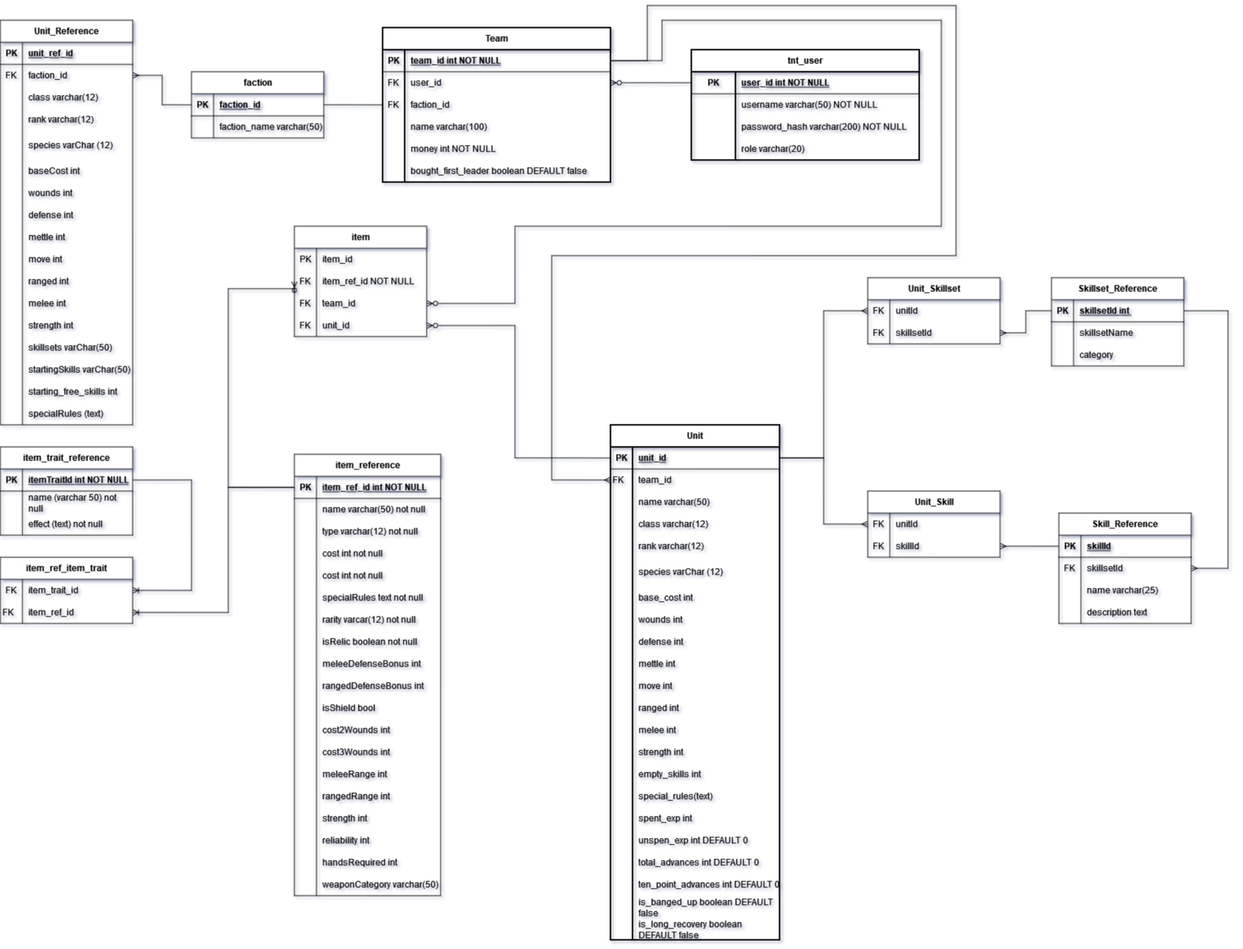
kmeadows3/TnT-Team-Builder keeps this draw.io diagram as Database/databaseERD.png. Above is the earlier version. Source tidied: cells renumbered, new cells last; positions are measured from the earlier drawing's top-left corner, leaving out a move shared by most shapes.
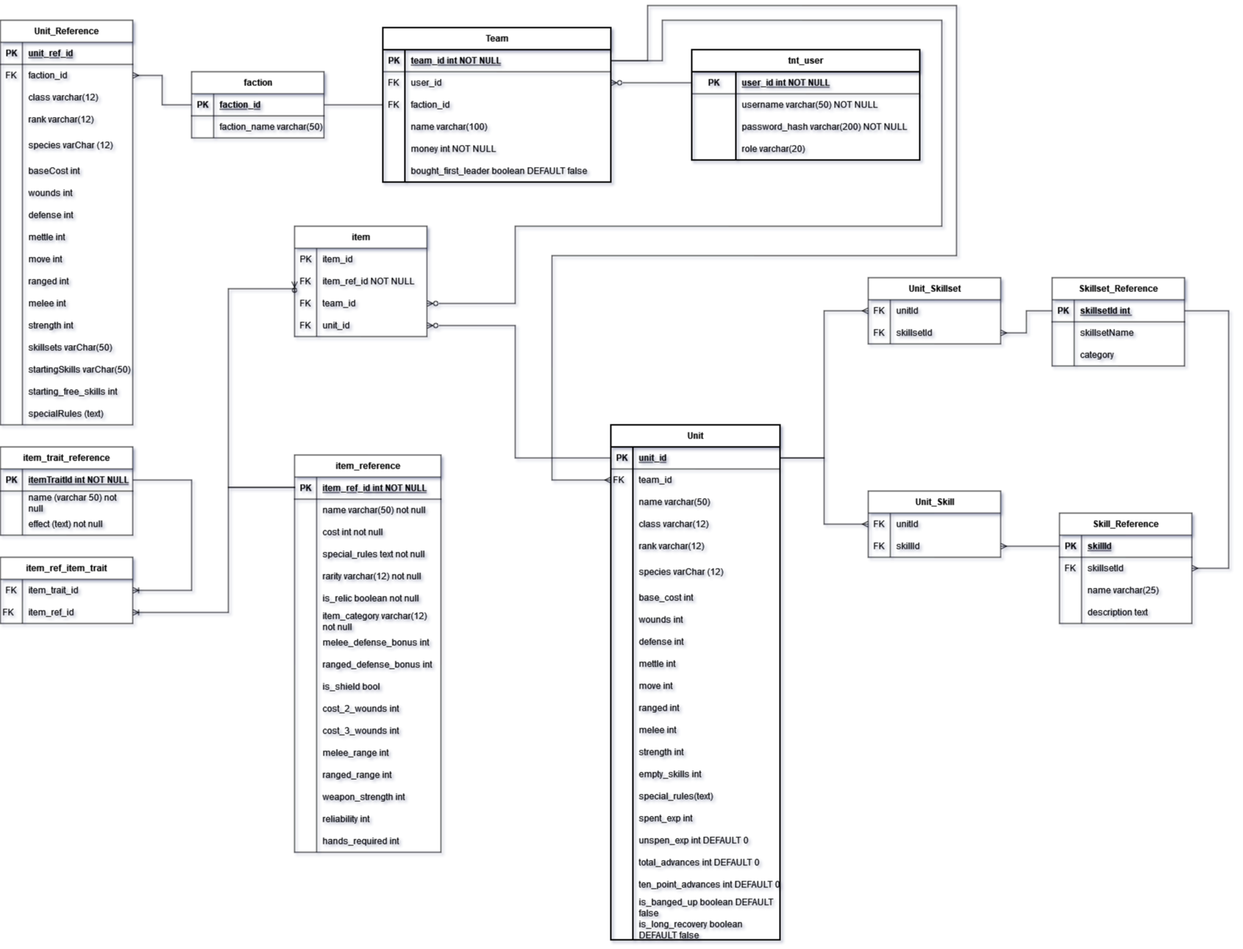
The same diagram one commit later.

Change to the diagram source:
```diff
@@ -99,7 +99,7 @@
       <mxGeometry x="30" width="280" height="30" as="geometry" />
     </mxCell>
     <mxCell id="34" value="item_reference" style="shape=table;startSize=30;rowLines=0;fontStyle=1;align=center;html=1;" parent="1" vertex="1">
-      <mxGeometry x="400" y="610" width="199" height="600" as="geometry" />
+      <mxGeometry x="400" y="611" width="199" height="540" as="geometry" />
     </mxCell>
     <mxCell id="35" style="shape=tableRow;horizontal=0;startSize=0;swimlaneHead=0;swimlaneBody=0;fillColor=none;points=[[0,0.5],[1,0.5]];portConstraint=eastwest;top=0;left=0;right=0;bottom=1;" parent="34" vertex="1">
       <mxGeometry y="30" width="199" height="30" as="geometry" />
@@ -119,17 +119,8 @@
     <mxCell id="40" value="name varchar(50) not null" style="shape=partialRectangle;fillColor=none;top=0;left=0;bottom=0;right=0;align=left;spacingLeft=6;overflow=hidden;whiteSpace=wrap;html=1;" parent="38" vertex="1">
       <mxGeometry x="30" width="169" height="30" as="geometry" />
     </mxCell>
-    <mxCell id="41" style="shape=tableRow;horizontal=0;startSize=0;swimlaneHead=0;swimlaneBody=0;fillColor=none;top=0;left=0;right=0;bottom=0;" parent="34" vertex="1">
-      <mxGeometry y="90" width="199" height="30" as="geometry" />
-    </mxCell>
-    <mxCell id="42" style="shape=partialRectangle;fillColor=none;top=0;left=0;bottom=0;right=0;overflow=hidden;whiteSpace=wrap;html=1;" parent="41" vertex="1">
-      <mxGeometry width="30" height="30" as="geometry" />
-    </mxCell>
-    <mxCell id="43" value="type varchar(12) not null" style="shape=partialRectangle;fillColor=none;top=0;left=0;bottom=0;right=0;align=left;spacingLeft=6;overflow=hidden;whiteSpace=wrap;html=1;" parent="41" vertex="1">
-      <mxGeometry x="30" width="169" height="30" as="geometry" />
-    </mxCell>
     <mxCell id="44" style="shape=tableRow;horizontal=0;startSize=0;swimlaneHead=0;swimlaneBody=0;fillColor=none;top=0;left=0;right=0;bottom=0;" parent="34" vertex="1">
-      <mxGeometry y="120" width="199" height="30" as="geometry" />
+      <mxGeometry y="90" width="199" height="30" as="geometry" />
     </mxCell>
     <mxCell id="45" style="shape=partialRectangle;fillColor=none;top=0;left=0;bottom=0;right=0;overflow=hidden;whiteSpace=wrap;html=1;" parent="44" vertex="1">
       <mxGeometry width="30" height="30" as="geometry" />
@@ -137,116 +128,116 @@
     <mxCell id="46" value="cost int not null" style="shape=partialRectangle;fillColor=none;top=0;left=0;bottom=0;right=0;align=left;spacingLeft=6;overflow=hidden;whiteSpace=wrap;html=1;" parent="44" vertex="1">
       <mxGeometry x="30" width="169" height="30" as="geometry" />
     </mxCell>
-    <mxCell id="47" style="shape=tableRow;horizontal=0;startSize=0;swimlaneHead=0;swimlaneBody=0;fillColor=none;top=0;left=0;right=0;bottom=0;" parent="34" vertex="1">
-      <mxGeometry y="150" width="199" height="30" as="geometry" />
-    </mxCell>
-    <mxCell id="48" style="shape=partialRectangle;fillColor=none;top=0;left=0;bottom=0;right=0;overflow=hidden;whiteSpace=wrap;html=1;" parent="47" vertex="1">
-      <mxGeometry width="30" height="30" as="geometry" />
-    </mxCell>
-    <mxCell id="49" value="cost int not null" style="shape=partialRectangle;fillColor=none;top=0;left=0;bottom=0;right=0;align=left;spacingLeft=6;overflow=hidden;whiteSpace=wrap;html=1;" parent="47" vertex="1">
-      <mxGeometry x="30" width="169" height="30" as="geometry" />
-    </mxCell>
     <mxCell id="50" style="shape=tableRow;horizontal=0;startSize=0;swimlaneHead=0;swimlaneBody=0;fillColor=none;top=0;left=0;right=0;bottom=0;" parent="34" vertex="1">
-      <mxGeometry y="180" width="199" height="30" as="geometry" />
+      <mxGeometry y="120" width="199" height="30" as="geometry" />
     </mxCell>
     <mxCell id="51" style="shape=partialRectangle;fillColor=none;top=0;left=0;bottom=0;right=0;overflow=hidden;whiteSpace=wrap;html=1;" parent="50" vertex="1">
       <mxGeometry width="30" height="30" as="geometry" />
     </mxCell>
-    <mxCell id="52" value="specialRules text not null" style="shape=partialRectangle;fillColor=none;top=0;left=0;bottom=0;right=0;align=left;spacingLeft=6;overflow=hidden;whiteSpace=wrap;html=1;" parent="50" vertex="1">
+    <mxCell id="52" value="special_rules text not null" style="shape=partialRectangle;fillColor=none;top=0;left=0;bottom=0;right=0;align=left;spacingLeft=6;overflow=hidden;whiteSpace=wrap;html=1;" parent="50" vertex="1">
       <mxGeometry x="30" width="169" height="30" as="geometry" />
     </mxCell>
     <mxCell id="53" style="shape=tableRow;horizontal=0;startSize=0;swimlaneHead=0;swimlaneBody=0;fillColor=none;top=0;left=0;right=0;bottom=0;" parent="34" vertex="1">
-      <mxGeometry y="210" width="199" height="30" as="geometry" />
+      <mxGeometry y="150" width="199" height="30" as="geometry" />
     </mxCell>
     <mxCell id="54" style="shape=partialRectangle;fillColor=none;top=0;left=0;bottom=0;right=0;overflow=hidden;whiteSpace=wrap;html=1;" parent="53" vertex="1">
       <mxGeometry width="30" height="30" as="geometry" />
     </mxCell>
-    <mxCell id="55" value="rarity varcar(12) not null" style="shape=partialRectangle;fillColor=none;top=0;left=0;bottom=0;right=0;align=left;spacingLeft=6;overflow=hidden;whiteSpace=wrap;html=1;" parent="53" vertex="1">
+    <mxCell id="55" value="rarity varchar(12) not null" style="shape=partialRectangle;fillColor=none;top=0;left=0;bottom=0;right=0;align=left;spacingLeft=6;overflow=hidden;whiteSpace=wrap;html=1;" parent="53" vertex="1">
       <mxGeometry x="30" width="169" height="30" as="geometry" />
     </mxCell>
     <mxCell id="56" style="shape=tableRow;horizontal=0;startSize=0;swimlaneHead=0;swimlaneBody=0;fillColor=none;top=0;left=0;right=0;bottom=0;" parent="34" vertex="1">
-      <mxGeometry y="240" width="199" height="30" as="geometry" />
+      <mxGeometry y="180" width="199" height="30" as="geometry" />
     </mxCell>
     <mxCell id="57" style="shape=partialRectangle;fillColor=none;top=0;left=0;bottom=0;right=0;overflow=hidden;whiteSpace=wrap;html=1;" parent="56" vertex="1">
       <mxGeometry width="30" height="30" as="geometry" />
     </mxCell>
-    <mxCell id="58" value="isRelic boolean not null" style="shape=partialRectangle;fillColor=none;top=0;left=0;bottom=0;right=0;align=left;spacingLeft=6;overflow=hidden;whiteSpace=wrap;html=1;" parent="56" vertex="1">
+    <mxCell id="58" value="is_relic boolean not null" style="shape=partialRectangle;fillColor=none;top=0;left=0;bottom=0;right=0;align=left;spacingLeft=6;overflow=hidden;whiteSpace=wrap;html=1;" parent="56" vertex="1">
       <mxGeometry x="30" width="169" height="30" as="geometry" />
     </mxCell>
+    <mxCell id="41" style="shape=tableRow;horizontal=0;startSize=0;swimlaneHead=0;swimlaneBody=0;fillColor=none;top=0;left=0;right=0;bottom=0;" parent="34" vertex="1">
+      <mxGeometry y="210" width="199" height="30" as="geometry" />
+    </mxCell>
+    <mxCell id="42" style="shape=partialRectangle;fillColor=none;top=0;left=0;bottom=0;right=0;overflow=hidden;whiteSpace=wrap;html=1;" parent="41" vertex="1">
+      <mxGeometry width="30" height="30" as="geometry" />
+    </mxCell>
+    <mxCell id="43" value="item_category varchar(12) not null" style="shape=partialRectangle;fillColor=none;top=0;left=0;bottom=0;right=0;align=left;spacingLeft=6;overflow=hidden;whiteSpace=wrap;html=1;" parent="41" vertex="1">
+      <mxGeometry x="30" width="169" height="30" as="geometry" />
+    </mxCell>
     <mxCell id="59" style="shape=tableRow;horizontal=0;startSize=0;swimlaneHead=0;swimlaneBody=0;fillColor=none;top=0;left=0;right=0;bottom=0;" parent="34" vertex="1">
-      <mxGeometry y="270" width="199" height="30" as="geometry" />
+      <mxGeometry y="240" width="199" height="30" as="geometry" />
     </mxCell>
     <mxCell id="60" style="shape=partialRectangle;fillColor=none;top=0;left=0;bottom=0;right=0;overflow=hidden;whiteSpace=wrap;html=1;" parent="59" vertex="1">
       <mxGeometry width="30" height="30" as="geometry" />
     </mxCell>
-    <mxCell id="61" value="meleeDefenseBonus int" style="shape=partialRectangle;fillColor=none;top=0;left=0;bottom=0;right=0;align=left;spacingLeft=6;overflow=hidden;whiteSpace=wrap;html=1;" parent="59" vertex="1">
+    <mxCell id="61" value="melee_defense_bonus int" style="shape=partialRectangle;fillColor=none;top=0;left=0;bottom=0;right=0;align=left;spacingLeft=6;overflow=hidden;whiteSpace=wrap;html=1;" parent="59" vertex="1">
       <mxGeometry x="30" width="169" height="30" as="geometry" />
     </mxCell>
     <mxCell id="62" style="shape=tableRow;horizontal=0;startSize=0;swimlaneHead=0;swimlaneBody=0;fillColor=none;top=0;left=0;right=0;bottom=0;" parent="34" vertex="1">
-      <mxGeometry y="300" width="199" height="30" as="geometry" />
+      <mxGeometry y="270" width="199" height="30" as="geometry" />
     </mxCell>
     <mxCell id="63" style="shape=partialRectangle;fillColor=none;top=0;left=0;bottom=0;right=0;overflow=hidden;whiteSpace=wrap;html=1;" parent="62" vertex="1">
       <mxGeometry width="30" height="30" as="geometry" />
     </mxCell>
-    <mxCell id="64" value="rangedDefenseBonus int" style="shape=partialRectangle;fillColor=none;top=0;left=0;bottom=0;right=0;align=left;spacingLeft=6;overflow=hidden;whiteSpace=wrap;html=1;" parent="62" vertex="1">
+    <mxCell id="64" value="ranged_defense_bonus int" style="shape=partialRectangle;fillColor=none;top=0;left=0;bottom=0;right=0;align=left;spacingLeft=6;overflow=hidden;whiteSpace=wrap;html=1;" parent="62" vertex="1">
       <mxGeometry x="30" width="169" height="30" as="geometry" />
     </mxCell>
     <mxCell id="65" style="shape=tableRow;horizontal=0;startSize=0;swimlaneHead=0;swimlaneBody=0;fillColor=none;top=0;left=0;right=0;bottom=0;" parent="34" vertex="1">
-      <mxGeometry y="330" width="199" height="30" as="geometry" />
+      <mxGeometry y="300" width="199" height="30" as="geometry" />
     </mxCell>
     <mxCell id="66" style="shape=partialRectangle;fillColor=none;top=0;left=0;bottom=0;right=0;overflow=hidden;whiteSpace=wrap;html=1;" parent="65" vertex="1">
       <mxGeometry width="30" height="30" as="geometry" />
     </mxCell>
-    <mxCell id="67" value="isShield bool" style="shape=partialRectangle;fillColor=none;top=0;left=0;bottom=0;right=0;align=left;spacingLeft=6;overflow=hidden;whiteSpace=wrap;html=1;" parent="65" vertex="1">
+    <mxCell id="67" value="is_shield bool" style="shape=partialRectangle;fillColor=none;top=0;left=0;bottom=0;right=0;align=left;spacingLeft=6;overflow=hidden;whiteSpace=wrap;html=1;" parent="65" vertex="1">
       <mxGeometry x="30" width="169" height="30" as="geometry" />
     </mxCell>
     <mxCell id="68" style="shape=tableRow;horizontal=0;startSize=0;swimlaneHead=0;swimlaneBody=0;fillColor=none;top=0;left=0;right=0;bottom=0;" parent="34" vertex="1">
-      <mxGeometry y="360" width="199" height="30" as="geometry" />
+      <mxGeometry y="330" width="199" height="30" as="geometry" />
     </mxCell>
     <mxCell id="69" style="shape=partialRectangle;fillColor=none;top=0;left=0;bottom=0;right=0;overflow=hidden;whiteSpace=wrap;html=1;" parent="68" vertex="1">
       <mxGeometry width="30" height="30" as="geometry" />
     </mxCell>
-    <mxCell id="70" value="cost2Wounds int" style="shape=partialRectangle;fillColor=none;top=0;left=0;bottom=0;right=0;align=left;spacingLeft=6;overflow=hidden;whiteSpace=wrap;html=1;" parent="68" vertex="1">
+    <mxCell id="70" value="cost_2_wounds int" style="shape=partialRectangle;fillColor=none;top=0;left=0;bottom=0;right=0;align=left;spacingLeft=6;overflow=hidden;whiteSpace=wrap;html=1;" parent="68" vertex="1">
       <mxGeometry x="30" width="169" height="30" as="geometry" />
     </mxCell>
     <mxCell id="71" style="shape=tableRow;horizontal=0;startSize=0;swimlaneHead=0;swimlaneBody=0;fillColor=none;top=0;left=0;right=0;bottom=0;" parent="34" vertex="1">
-      <mxGeometry y="390" width="199" height="30" as="geometry" />
+      <mxGeometry y="360" width="199" height="30" as="geometry" />
     </mxCell>
     <mxCell id="72" style="shape=partialRectangle;fillColor=none;top=0;left=0;bottom=0;right=0;overflow=hidden;whiteSpace=wrap;html=1;" parent="71" vertex="1">
       <mxGeometry width="30" height="30" as="geometry" />
     </mxCell>
-    <mxCell id="73" value="cost3Wounds int" style="shape=partialRectangle;fillColor=none;top=0;left=0;bottom=0;right=0;align=left;spacingLeft=6;overflow=hidden;whiteSpace=wrap;html=1;" parent="71" vertex="1">
+    <mxCell id="73" value="cost_3_wounds int" style="shape=partialRectangle;fillColor=none;top=0;left=0;bottom=0;right=0;align=left;spacingLeft=6;overflow=hidden;whiteSpace=wrap;html=1;" parent="71" vertex="1">
       <mxGeometry x="30" width="169" height="30" as="geometry" />
     </mxCell>
     <mxCell id="74" style="shape=tableRow;horizontal=0;startSize=0;swimlaneHead=0;swimlaneBody=0;fillColor=none;top=0;left=0;right=0;bottom=0;" parent="34" vertex="1">
-      <mxGeometry y="420" width="199" height="30" as="geometry" />
+      <mxGeometry y="390" width="199" height="30" as="geometry" />
     </mxCell>
     <mxCell id="75" style="shape=partialRectangle;fillColor=none;top=0;left=0;bottom=0;right=0;overflow=hidden;whiteSpace=wrap;html=1;" parent="74" vertex="1">
       <mxGeometry width="30" height="30" as="geometry" />
     </mxCell>
-    <mxCell id="76" value="meleeRange int" style="shape=partialRectangle;fillColor=none;top=0;left=0;bottom=0;right=0;align=left;spacingLeft=6;overflow=hidden;whiteSpace=wrap;html=1;" parent="74" vertex="1">
+    <mxCell id="76" value="melee_range int" style="shape=partialRectangle;fillColor=none;top=0;left=0;bottom=0;right=0;align=left;spacingLeft=6;overflow=hidden;whiteSpace=wrap;html=1;" parent="74" vertex="1">
       <mxGeometry x="30" width="169" height="30" as="geometry" />
     </mxCell>
     <mxCell id="77" style="shape=tableRow;horizontal=0;startSize=0;swimlaneHead=0;swimlaneBody=0;fillColor=none;top=0;left=0;right=0;bottom=0;" parent="34" vertex="1">
-      <mxGeometry y="450" width="199" height="30" as="geometry" />
+      <mxGeometry y="420" width="199" height="30" as="geometry" />
     </mxCell>
     <mxCell id="78" style="shape=partialRectangle;fillColor=none;top=0;left=0;bottom=0;right=0;overflow=hidden;whiteSpace=wrap;html=1;" parent="77" vertex="1">
       <mxGeometry width="30" height="30" as="geometry" />
     </mxCell>
-    <mxCell id="79" value="rangedRange int" style="shape=partialRectangle;fillColor=none;top=0;left=0;bottom=0;right=0;align=left;spacingLeft=6;overflow=hidden;whiteSpace=wrap;html=1;" parent="77" vertex="1">
+    <mxCell id="79" value="ranged_range int" style="shape=partialRectangle;fillColor=none;top=0;left=0;bottom=0;right=0;align=left;spacingLeft=6;overflow=hidden;whiteSpace=wrap;html=1;" parent="77" vertex="1">
       <mxGeometry x="30" width="169" height="30" as="geometry" />
     </mxCell>
     <mxCell id="80" style="shape=tableRow;horizontal=0;startSize=0;swimlaneHead=0;swimlaneBody=0;fillColor=none;top=0;left=0;right=0;bottom=0;" parent="34" vertex="1">
-      <mxGeometry y="480" width="199" height="30" as="geometry" />
+      <mxGeometry y="450" width="199" height="30" as="geometry" />
     </mxCell>
     <mxCell id="81" style="shape=partialRectangle;fillColor=none;top=0;left=0;bottom=0;right=0;overflow=hidden;whiteSpace=wrap;html=1;" parent="80" vertex="1">
       <mxGeometry width="30" height="30" as="geometry" />
     </mxCell>
-    <mxCell id="82" value="strength int" style="shape=partialRectangle;fillColor=none;top=0;left=0;bottom=0;right=0;align=left;spacingLeft=6;overflow=hidden;whiteSpace=wrap;html=1;" parent="80" vertex="1">
+    <mxCell id="82" value="weapon_strength int" style="shape=partialRectangle;fillColor=none;top=0;left=0;bottom=0;right=0;align=left;spacingLeft=6;overflow=hidden;whiteSpace=wrap;html=1;" parent="80" vertex="1">
       <mxGeometry x="30" width="169" height="30" as="geometry" />
     </mxCell>
     <mxCell id="83" style="shape=tableRow;horizontal=0;startSize=0;swimlaneHead=0;swimlaneBody=0;fillColor=none;top=0;left=0;right=0;bottom=0;" parent="34" vertex="1">
-      <mxGeometry y="510" width="199" height="30" as="geometry" />
+      <mxGeometry y="480" width="199" height="30" as="geometry" />
     </mxCell>
     <mxCell id="84" style="shape=partialRectangle;fillColor=none;top=0;left=0;bottom=0;right=0;overflow=hidden;whiteSpace=wrap;html=1;" parent="83" vertex="1">
       <mxGeometry width="30" height="30" as="geometry" />
@@ -255,23 +246,14 @@
       <mxGeometry x="30" width="169" height="30" as="geometry" />
     </mxCell>
     <mxCell id="86" style="shape=tableRow;horizontal=0;startSize=0;swimlaneHead=0;swimlaneBody=0;fillColor=none;top=0;left=0;right=0;bottom=0;" parent="34" vertex="1">
-      <mxGeometry y="540" width="199" height="30" as="geometry" />
+      <mxGeometry y="510" width="199" height="30" as="geometry" />
     </mxCell>
     <mxCell id="87" style="shape=partialRectangle;fillColor=none;top=0;left=0;bottom=0;right=0;overflow=hidden;whiteSpace=wrap;html=1;" parent="86" vertex="1">
       <mxGeometry width="30" height="30" as="geometry" />
     </mxCell>
-    <mxCell id="88" value="handsRequired int" style="shape=partialRectangle;fillColor=none;top=0;left=0;bottom=0;right=0;align=left;spacingLeft=6;overflow=hidden;whiteSpace=wrap;html=1;" parent="86" vertex="1">
+    <mxCell id="88" value="hands_required int" style="shape=partialRectangle;fillColor=none;top=0;left=0;bottom=0;right=0;align=left;spacingLeft=6;overflow=hidden;whiteSpace=wrap;html=1;" parent="86" vertex="1">
       <mxGeometry x="30" width="169" height="30" as="geometry" />
     </mxCell>
-    <mxCell id="89" style="shape=tableRow;horizontal=0;startSize=0;swimlaneHead=0;swimlaneBody=0;fillColor=none;top=0;left=0;right=0;bottom=0;" parent="34" vertex="1">
-      <mxGeometry y="570" width="199" height="30" as="geometry" />
-    </mxCell>
-    <mxCell id="90" style="shape=partialRectangle;fillColor=none;top=0;left=0;bottom=0;right=0;overflow=hidden;whiteSpace=wrap;html=1;" parent="89" vertex="1">
-      <mxGeometry width="30" height="30" as="geometry" />
-    </mxCell>
-    <mxCell id="91" value="weaponCategory varchar(50)" style="shape=partialRectangle;fillColor=none;top=0;left=0;bottom=0;right=0;align=left;spacingLeft=6;overflow=hidden;whiteSpace=wrap;html=1;" parent="89" vertex="1">
-      <mxGeometry x="30" width="169" height="30" as="geometry" />
-    </mxCell>
     <mxCell id="92" value="item_trait_reference" style="shape=table;startSize=30;rowLines=0;fontStyle=1;align=center;html=1;" parent="1" vertex="1">
       <mxGeometry y="600" width="180" height="120" as="geometry" />
     </mxCell>
```
